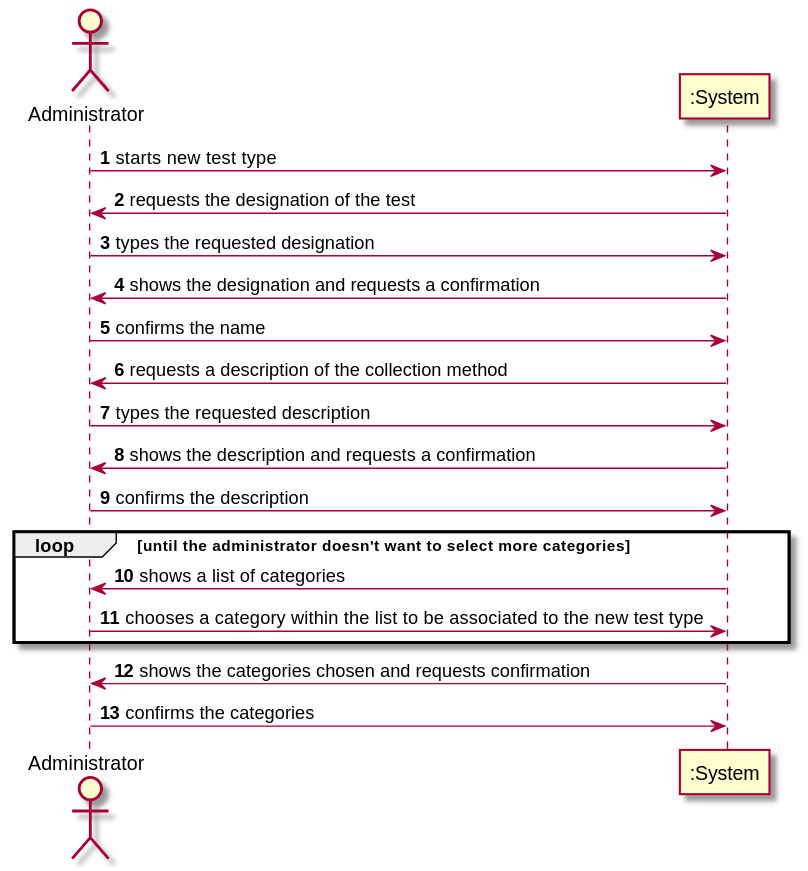
Earlier version of the PlantUML export docs/SprintB/US9/US9_SSD.svg (MadDinosaur/ISEP-LAPR2).
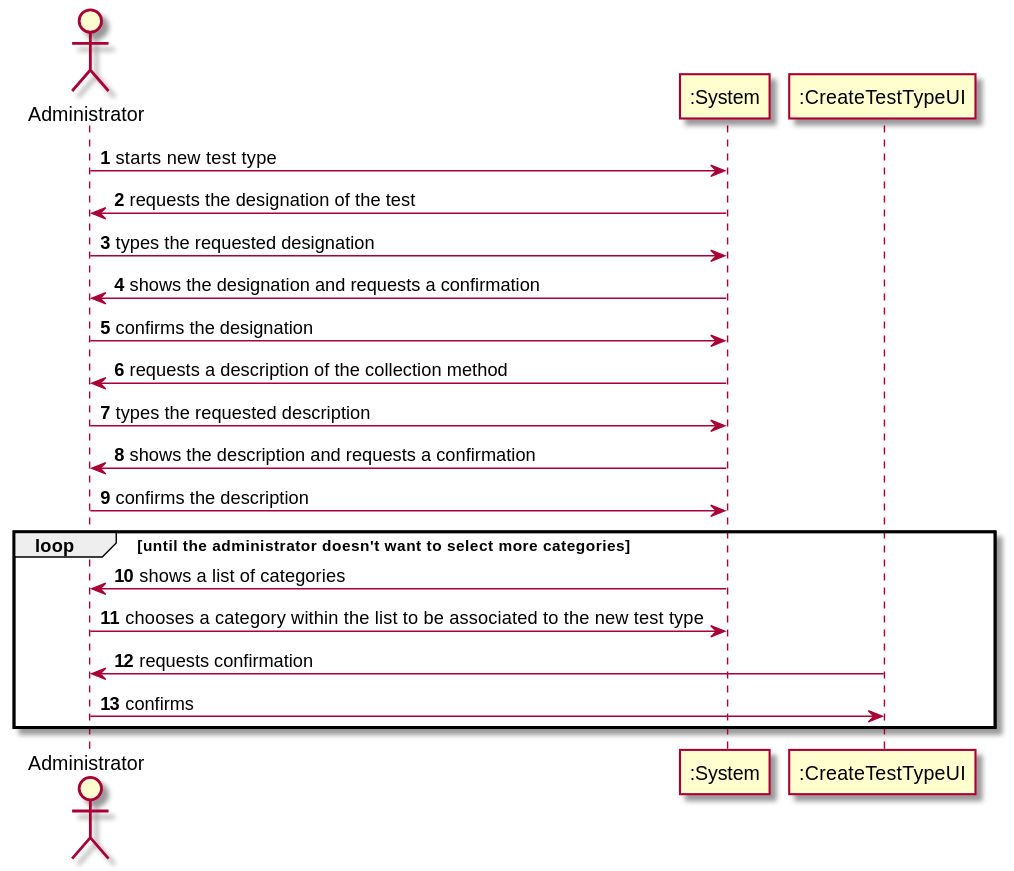
Above is the later version.

The edit, as a diff of the source:
```diff
@@ -8,7 +8,7 @@
 ":System" -> Administrator: requests the designation of the test
 Administrator -> ":System": types the requested designation
 ":System" -> Administrator: shows the designation and requests a confirmation
-Administrator -> ":System": confirms the name
+Administrator -> ":System": confirms the designation
 ":System" -> Administrator: requests a description of the collection method
 Administrator -> ":System": types the requested description
 ":System" -> Administrator: shows the description and requests a confirmation
@@ -16,8 +16,8 @@
 loop until the administrator doesn't want to select more categories
 ":System" -> Administrator: shows a list of categories
 Administrator -> ":System": chooses a category within the list to be associated to the new test type
+":CreateTestTypeUI" -> Administrator: requests confirmation
+Administrator -> ":CreateTestTypeUI": confirms
 end loop
-":System" -> Administrator: shows the categories chosen and requests confirmation
-Administrator -> ":System": confirms the categories
 
 @enduml
```
